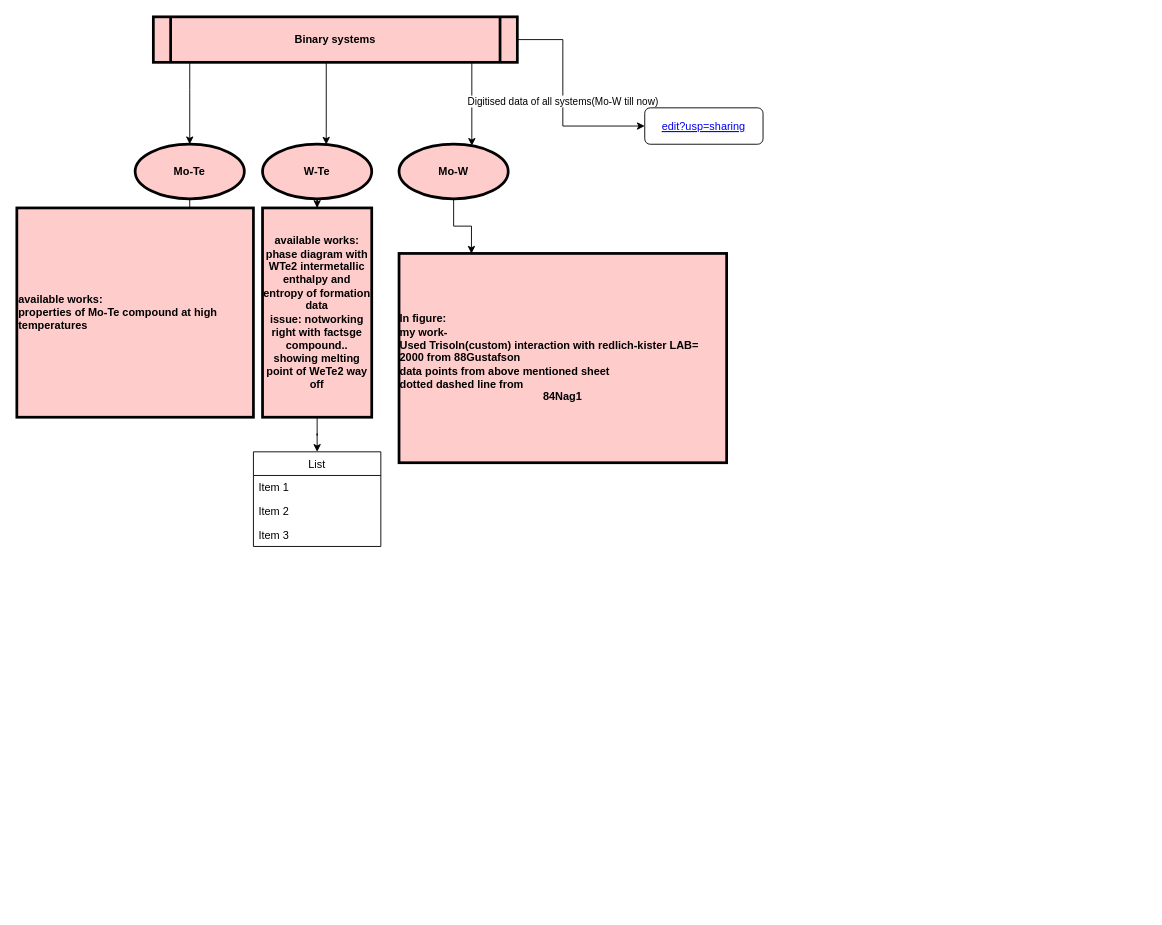
Above: project workflow.drawio in Shreyamkmr/MTPgraphs (draw.io), before the change. Source tidied: cells renumbered, new cells numbered last; positions are measured from the earlier drawing's top-left corner, leaving out a move shared by most shapes. Both pictures are drawn from the tidied source at 91%, with x=0, y=0 at pixel (16, 16).
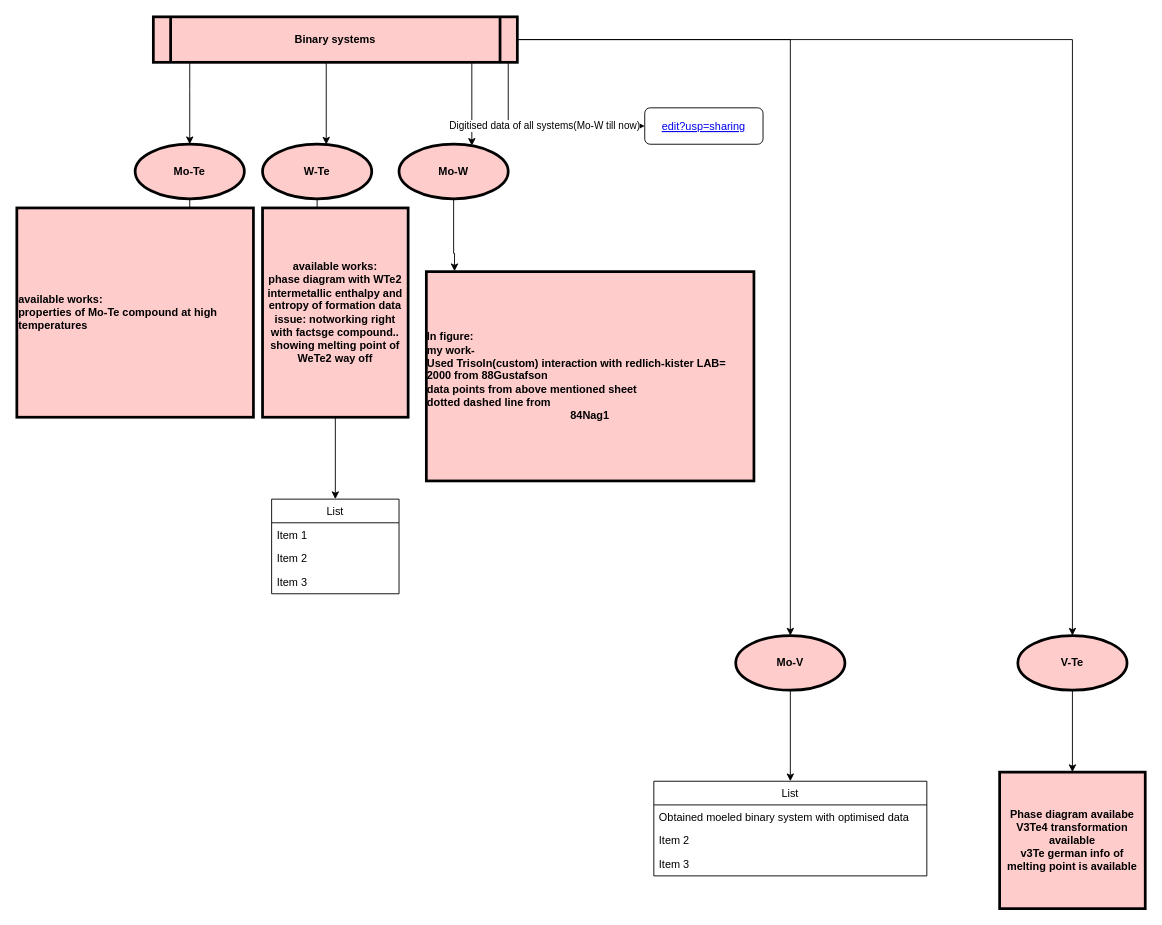
The same diagram, later.

Unchanged cells that the change refers to:
```xml
<mxCell id="6" value="Binary systems" style="shape=process;whiteSpace=wrap;align=center;verticalAlign=middle;size=0.0475;fontStyle=1;strokeWidth=3;fillColor=#FFCCCC;" parent="1" vertex="1">
  <mxGeometry x="150" width="400" height="50" as="geometry" />
</mxCell>
<mxCell id="13" value="Mo-W" style="ellipse;whiteSpace=wrap;html=1;fontStyle=1;strokeWidth=3;fillColor=#FFCCCC;" parent="1" vertex="1">
  <mxGeometry x="420" y="140" width="120" height="60" as="geometry" />
</mxCell>
<mxCell id="18" value="edit?usp=sharing" style="fontColor=#0000EE;fontStyle=4;rounded=1;overflow=hidden;spacing=10;" parent="1" vertex="1">
  <mxGeometry x="690" y="100" width="130" height="40" as="geometry" />
</mxCell>
```

Change to the diagram source:
```diff
@@
     <mxCell id="5" value="Digitised data of all systems(Mo-W till now)&lt;br&gt;" style="edgeStyle=orthogonalEdgeStyle;rounded=0;jettySize=auto;html=1;entryX=0;entryY=0.5;entryDx=0;entryDy=0;" parent="1" edge="1" source="6" target="18">
       <mxGeometry relative="1" as="geometry">
         <Array as="points">
-          <mxPoint x="600" y="25" />
-          <mxPoint x="600" y="120" />
+          <mxPoint x="540" y="120" />
         </Array>
       </mxGeometry>
     </mxCell>
+    <mxCell id="23" style="edgeStyle=orthogonalEdgeStyle;rounded=0;jettySize=auto;html=1;entryX=0.5;entryY=0;entryDx=0;entryDy=0;" parent="1" edge="1" source="6" target="26">
+      <mxGeometry relative="1" as="geometry" />
+    </mxCell>
+    <mxCell id="24" style="edgeStyle=orthogonalEdgeStyle;rounded=0;jettySize=auto;html=1;" parent="1" edge="1" source="6" target="32">
+      <mxGeometry relative="1" as="geometry" />
+    </mxCell>
@@
-    <mxCell id="12" style="edgeStyle=orthogonalEdgeStyle;rounded=0;jettySize=auto;html=1;entryX=0.221;entryY=0.001;entryDx=0;entryDy=0;entryPerimeter=0;" parent="1" edge="1" source="13" target="17">
-      <mxGeometry relative="1" as="geometry" />
+    <mxCell id="12" style="edgeStyle=orthogonalEdgeStyle;rounded=0;jettySize=auto;html=1;entryX=0.086;entryY=-0.002;entryDx=0;entryDy=0;entryPerimeter=0;" parent="1" edge="1" source="13" target="17">
+      <mxGeometry relative="1" as="geometry">
+        <Array as="points">
+          <mxPoint x="480" y="260" />
+        </Array>
+      </mxGeometry>
     </mxCell>
@@
     <mxCell id="16" value="available works:&lt;br&gt;phase diagram with WTe2 intermetallic enthalpy and entropy of formation data&lt;br&gt;issue: notworking right with factsge compound.. showing melting point of WeTe2 way off" style="whiteSpace=wrap;html=1;fontStyle=1;strokeWidth=3;fillColor=#FFCCCC;" parent="1" vertex="1">
-      <mxGeometry x="270" y="210" width="120" height="230" as="geometry" />
+      <mxGeometry x="270" y="210" width="160" height="230" as="geometry" />
     </mxCell>
     <mxCell id="17" value="&lt;div style=&quot;text-align: left&quot;&gt;In figure:&lt;/div&gt;&lt;div style=&quot;text-align: left&quot;&gt;my work-&lt;/div&gt;&lt;div style=&quot;text-align: left&quot;&gt;Used Trisoln(custom) interaction with redlich-kister LAB= 2000 from 88Gustafson&lt;/div&gt;&lt;div style=&quot;text-align: left&quot;&gt;data points from above mentioned sheet&lt;/div&gt;&lt;div style=&quot;text-align: left&quot;&gt;dotted dashed line from&amp;nbsp;&lt;/div&gt;&lt;span style=&quot;text-align: left&quot;&gt;84Nag1&lt;/span&gt;" style="whiteSpace=wrap;html=1;fontStyle=1;strokeWidth=3;fillColor=#FFCCCC;" parent="1" vertex="1">
-      <mxGeometry x="420" y="260" width="360" height="230" as="geometry" />
+      <mxGeometry x="450" y="280" width="360" height="230" as="geometry" />
     </mxCell>
@@
     <mxCell id="19" value="List" style="swimlane;fontStyle=0;horizontal=1;startSize=26;" parent="1" vertex="1">
-      <mxGeometry x="260" y="478" width="140" height="104" as="geometry" />
+      <mxGeometry x="280" y="530" width="140" height="104" as="geometry" />
     </mxCell>
@@
+    <mxCell id="25" style="edgeStyle=orthogonalEdgeStyle;rounded=0;jettySize=auto;html=1;entryX=0.5;entryY=0;entryDx=0;entryDy=0;" parent="1" edge="1" source="26" target="27">
+      <mxGeometry relative="1" as="geometry" />
+    </mxCell>
+    <mxCell id="26" value="Mo-V" style="ellipse;whiteSpace=wrap;html=1;fontStyle=1;strokeWidth=3;fillColor=#FFCCCC;" parent="1" vertex="1">
+      <mxGeometry x="790" y="680" width="120" height="60" as="geometry" />
+    </mxCell>
+    <mxCell id="27" value="List" style="swimlane;fontStyle=0;horizontal=1;startSize=26;fillColor=none;" parent="1" vertex="1">
+      <mxGeometry x="700" y="840" width="300" height="104" as="geometry" />
+    </mxCell>
+    <mxCell id="28" value="Obtained moeled binary system with optimised data&#10;&#10;&#10;" style="text;strokeColor=none;fillColor=none;align=left;verticalAlign=top;spacingLeft=4;spacingRight=4;overflow=hidden;" parent="27" vertex="1">
+      <mxGeometry y="26" width="300" height="26" as="geometry" />
+    </mxCell>
+    <mxCell id="29" value="Item 2" style="text;strokeColor=none;fillColor=none;align=left;verticalAlign=top;spacingLeft=4;spacingRight=4;overflow=hidden;" parent="27" vertex="1">
+      <mxGeometry y="52" width="300" height="26" as="geometry" />
+    </mxCell>
+    <mxCell id="30" value="Item 3" style="text;strokeColor=none;fillColor=none;align=left;verticalAlign=top;spacingLeft=4;spacingRight=4;overflow=hidden;" parent="27" vertex="1">
+      <mxGeometry y="78" width="300" height="26" as="geometry" />
+    </mxCell>
+    <mxCell id="31" style="edgeStyle=orthogonalEdgeStyle;rounded=0;jettySize=auto;html=1;" parent="1" edge="1" source="32" target="33">
+      <mxGeometry relative="1" as="geometry" />
+    </mxCell>
+    <mxCell id="32" value="V-Te&lt;br&gt;" style="ellipse;whiteSpace=wrap;html=1;fontStyle=1;strokeWidth=3;fillColor=#FFCCCC;" parent="1" vertex="1">
+      <mxGeometry x="1100" y="680" width="120" height="60" as="geometry" />
+    </mxCell>
+    <mxCell id="33" value="Phase diagram availabe&lt;br&gt;V3Te4 transformation available&lt;br&gt;v3Te german info of melting point is available&lt;br&gt;" style="whiteSpace=wrap;html=1;fontStyle=1;strokeWidth=3;fillColor=#FFCCCC;" parent="1" vertex="1">
+      <mxGeometry x="1080" y="830" width="160" height="150" as="geometry" />
+    </mxCell>
```
